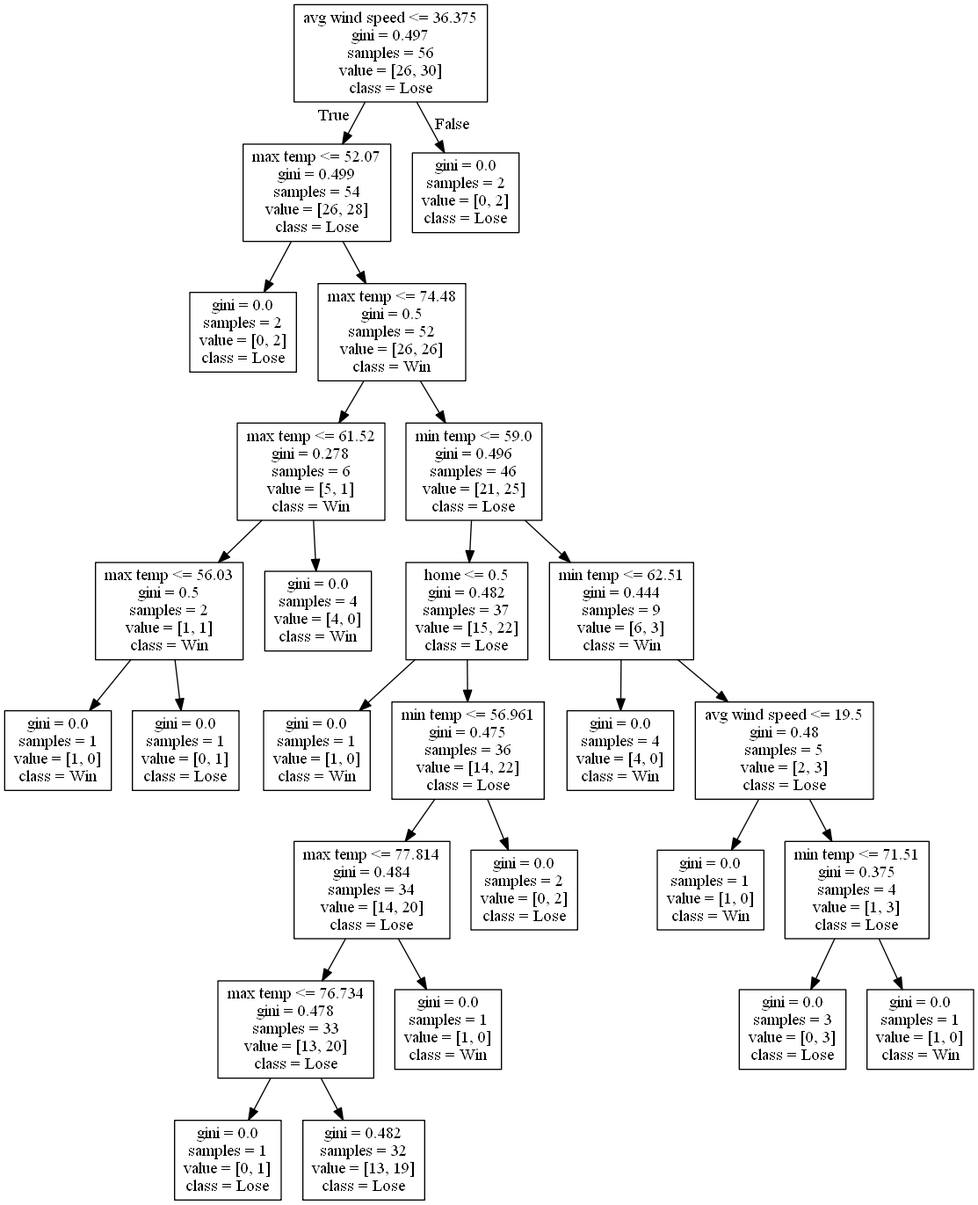
This is DecisionTrees/decision_tree_no_score_or_attendance7.png from alexana-steck/CSE482Project, a Graphviz export, as it was before one commit. Its source is kept beside it as DecisionTrees/decision_tree_no_score_or_attendance7.dot. The source it was exported from:
```dot
digraph Tree {
node [shape=box] ;
0 [label="avg wind speed <= 36.375\ngini = 0.497\nsamples = 56\nvalue = [26, 30]\nclass = Lose"] ;
1 [label="max temp <= 52.07\ngini = 0.499\nsamples = 54\nvalue = [26, 28]\nclass = Lose"] ;
0 -> 1 [labeldistance=2.5, labelangle=45, headlabel="True"] ;
2 [label="gini = 0.0\nsamples = 2\nvalue = [0, 2]\nclass = Lose"] ;
1 -> 2 ;
3 [label="max temp <= 74.48\ngini = 0.5\nsamples = 52\nvalue = [26, 26]\nclass = Win"] ;
1 -> 3 ;
4 [label="max temp <= 61.52\ngini = 0.278\nsamples = 6\nvalue = [5, 1]\nclass = Win"] ;
3 -> 4 ;
5 [label="max temp <= 56.03\ngini = 0.5\nsamples = 2\nvalue = [1, 1]\nclass = Win"] ;
4 -> 5 ;
6 [label="gini = 0.0\nsamples = 1\nvalue = [1, 0]\nclass = Win"] ;
5 -> 6 ;
7 [label="gini = 0.0\nsamples = 1\nvalue = [0, 1]\nclass = Lose"] ;
5 -> 7 ;
8 [label="gini = 0.0\nsamples = 4\nvalue = [4, 0]\nclass = Win"] ;
4 -> 8 ;
9 [label="min temp <= 59.0\ngini = 0.496\nsamples = 46\nvalue = [21, 25]\nclass = Lose"] ;
3 -> 9 ;
10 [label="home <= 0.5\ngini = 0.482\nsamples = 37\nvalue = [15, 22]\nclass = Lose"] ;
9 -> 10 ;
11 [label="gini = 0.0\nsamples = 1\nvalue = [1, 0]\nclass = Win"] ;
10 -> 11 ;
12 [label="min temp <= 56.961\ngini = 0.475\nsamples = 36\nvalue = [14, 22]\nclass = Lose"] ;
10 -> 12 ;
13 [label="max temp <= 77.814\ngini = 0.484\nsamples = 34\nvalue = [14, 20]\nclass = Lose"] ;
12 -> 13 ;
14 [label="max temp <= 76.734\ngini = 0.478\nsamples = 33\nvalue = [13, 20]\nclass = Lose"] ;
13 -> 14 ;
15 [label="gini = 0.0\nsamples = 1\nvalue = [0, 1]\nclass = Lose"] ;
14 -> 15 ;
16 [label="gini = 0.482\nsamples = 32\nvalue = [13, 19]\nclass = Lose"] ;
14 -> 16 ;
17 [label="gini = 0.0\nsamples = 1\nvalue = [1, 0]\nclass = Win"] ;
13 -> 17 ;
18 [label="gini = 0.0\nsamples = 2\nvalue = [0, 2]\nclass = Lose"] ;
12 -> 18 ;
19 [label="min temp <= 62.51\ngini = 0.444\nsamples = 9\nvalue = [6, 3]\nclass = Win"] ;
9 -> 19 ;
20 [label="gini = 0.0\nsamples = 4\nvalue = [4, 0]\nclass = Win"] ;
19 -> 20 ;
21 [label="avg wind speed <= 19.5\ngini = 0.48\nsamples = 5\nvalue = [2, 3]\nclass = Lose"] ;
19 -> 21 ;
22 [label="gini = 0.0\nsamples = 1\nvalue = [1, 0]\nclass = Win"] ;
21 -> 22 ;
23 [label="min temp <= 71.51\ngini = 0.375\nsamples = 4\nvalue = [1, 3]\nclass = Lose"] ;
21 -> 23 ;
24 [label="gini = 0.0\nsamples = 3\nvalue = [0, 3]\nclass = Lose"] ;
23 -> 24 ;
25 [label="gini = 0.0\nsamples = 1\nvalue = [1, 0]\nclass = Win"] ;
23 -> 25 ;
26 [label="gini = 0.0\nsamples = 2\nvalue = [0, 2]\nclass = Lose"] ;
0 -> 26 [labeldistance=2.5, labelangle=-45, headlabel="False"] ;
}
```
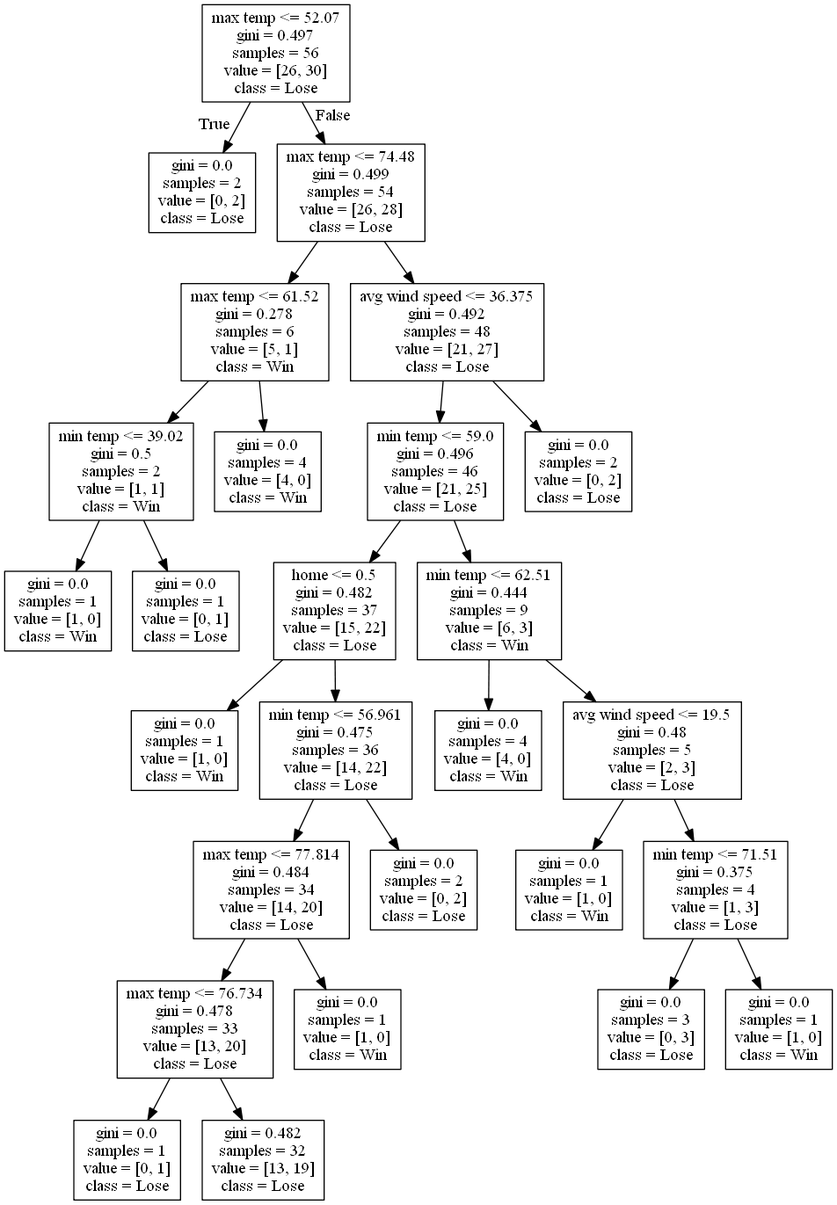
The same file after the commit.

The edit, as a diff of the source:
```diff
@@ -1,24 +1,24 @@
 digraph Tree {
 node [shape=box] ;
-0 [label="avg wind speed <= 36.375\ngini = 0.497\nsamples = 56\nvalue = [26, 30]\nclass = Lose"] ;
-1 [label="max temp <= 52.07\ngini = 0.499\nsamples = 54\nvalue = [26, 28]\nclass = Lose"] ;
+0 [label="max temp <= 52.07\ngini = 0.497\nsamples = 56\nvalue = [26, 30]\nclass = Lose"] ;
+1 [label="gini = 0.0\nsamples = 2\nvalue = [0, 2]\nclass = Lose"] ;
 0 -> 1 [labeldistance=2.5, labelangle=45, headlabel="True"] ;
-2 [label="gini = 0.0\nsamples = 2\nvalue = [0, 2]\nclass = Lose"] ;
-1 -> 2 ;
-3 [label="max temp <= 74.48\ngini = 0.5\nsamples = 52\nvalue = [26, 26]\nclass = Win"] ;
-1 -> 3 ;
-4 [label="max temp <= 61.52\ngini = 0.278\nsamples = 6\nvalue = [5, 1]\nclass = Win"] ;
+2 [label="max temp <= 74.48\ngini = 0.499\nsamples = 54\nvalue = [26, 28]\nclass = Lose"] ;
+0 -> 2 [labeldistance=2.5, labelangle=-45, headlabel="False"] ;
+3 [label="max temp <= 61.52\ngini = 0.278\nsamples = 6\nvalue = [5, 1]\nclass = Win"] ;
+2 -> 3 ;
+4 [label="min temp <= 39.02\ngini = 0.5\nsamples = 2\nvalue = [1, 1]\nclass = Win"] ;
 3 -> 4 ;
-5 [label="max temp <= 56.03\ngini = 0.5\nsamples = 2\nvalue = [1, 1]\nclass = Win"] ;
+5 [label="gini = 0.0\nsamples = 1\nvalue = [1, 0]\nclass = Win"] ;
 4 -> 5 ;
-6 [label="gini = 0.0\nsamples = 1\nvalue = [1, 0]\nclass = Win"] ;
-5 -> 6 ;
-7 [label="gini = 0.0\nsamples = 1\nvalue = [0, 1]\nclass = Lose"] ;
-5 -> 7 ;
-8 [label="gini = 0.0\nsamples = 4\nvalue = [4, 0]\nclass = Win"] ;
-4 -> 8 ;
+6 [label="gini = 0.0\nsamples = 1\nvalue = [0, 1]\nclass = Lose"] ;
+4 -> 6 ;
+7 [label="gini = 0.0\nsamples = 4\nvalue = [4, 0]\nclass = Win"] ;
+3 -> 7 ;
+8 [label="avg wind speed <= 36.375\ngini = 0.492\nsamples = 48\nvalue = [21, 27]\nclass = Lose"] ;
+2 -> 8 ;
 9 [label="min temp <= 59.0\ngini = 0.496\nsamples = 46\nvalue = [21, 25]\nclass = Lose"] ;
-3 -> 9 ;
+8 -> 9 ;
 10 [label="home <= 0.5\ngini = 0.482\nsamples = 37\nvalue = [15, 22]\nclass = Lose"] ;
 9 -> 10 ;
 11 [label="gini = 0.0\nsamples = 1\nvalue = [1, 0]\nclass = Win"] ;
@@ -52,5 +52,5 @@
 25 [label="gini = 0.0\nsamples = 1\nvalue = [1, 0]\nclass = Win"] ;
 23 -> 25 ;
 26 [label="gini = 0.0\nsamples = 2\nvalue = [0, 2]\nclass = Lose"] ;
-0 -> 26 [labeldistance=2.5, labelangle=-45, headlabel="False"] ;
+8 -> 26 ;
 }
```
